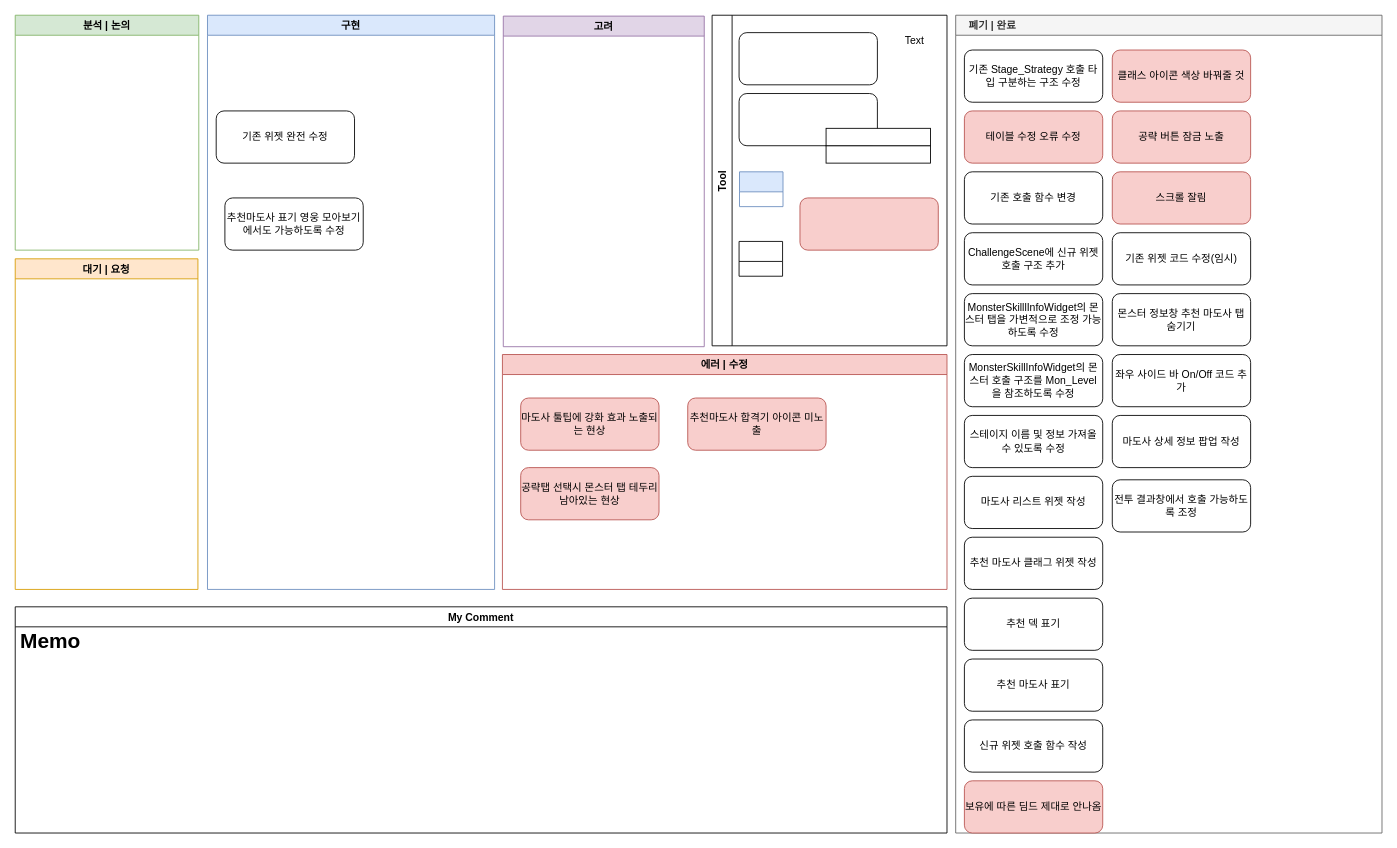
Above: 던전 추천 마도사 진행상황.drawio in Endorr/Job-Board (draw.io), before the change. Source tidied: cells renumbered, new cells numbered last; positions are measured from the earlier drawing's top-left corner, leaving out a move shared by most shapes. Both pictures are drawn from the tidied source at 87%, with x=0, y=0 at pixel (15, 15).
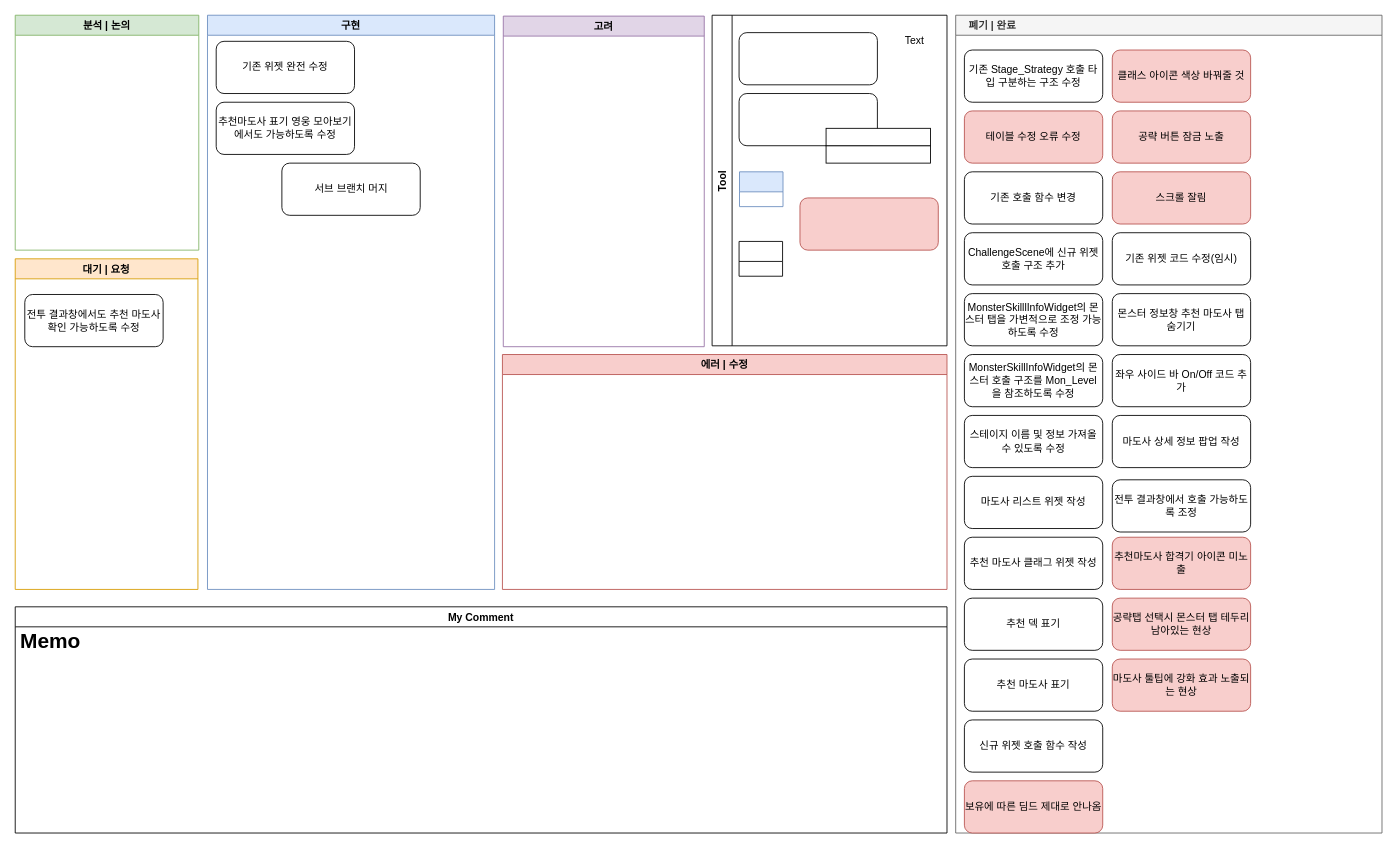
Above is the later version.

Commit message:
던전 추천 마도사 진행상황.drawio 업데이트

The change refers to these unchanged cells:
```xml
<mxCell id="2" value="구현" style="swimlane;fillColor=#dae8fc;strokeColor=#6c8ebf;" parent="1" vertex="1">
  <mxGeometry x="221" width="330" height="660" as="geometry" />
</mxCell>
<mxCell id="3" value="에러 | 수정" style="swimlane;fillColor=#f8cecc;strokeColor=#b85450;startSize=23;" parent="2" vertex="1">
  <mxGeometry x="339" y="390" width="511" height="270" as="geometry" />
</mxCell>
<mxCell id="11" value="대기 | 요청" style="swimlane;strokeColor=#d79b00;fillColor=#ffe6cc;" parent="1" vertex="1">
  <mxGeometry y="280" width="210" height="380" as="geometry" />
</mxCell>
<mxCell id="12" value="    폐기 | 완료" style="swimlane;strokeColor=#666666;fillColor=#f5f5f5;fontColor=#333333;align=left;" parent="1" vertex="1">
  <mxGeometry x="1081" width="490" height="940" as="geometry" />
</mxCell>
```

Diff of the diagram source:
```diff
@@
-    <mxCell id="4" value="마도사 툴팁에 강화 효과 노출되는 현상" style="rounded=1;whiteSpace=wrap;html=1;fillColor=#f8cecc;strokeColor=#b85450;" parent="3" vertex="1">
-      <mxGeometry x="21" y="50" width="159" height="60" as="geometry" />
-    </mxCell>
-    <mxCell id="5" value="추천마도사 합격기 아이콘 미노출" style="rounded=1;whiteSpace=wrap;html=1;fillColor=#f8cecc;strokeColor=#b85450;" parent="3" vertex="1">
-      <mxGeometry x="213" y="50" width="159" height="60" as="geometry" />
-    </mxCell>
-    <mxCell id="6" value="공략탭 선택시 몬스터 탭 테두리 남아있는 현상" style="rounded=1;whiteSpace=wrap;html=1;fillColor=#f8cecc;strokeColor=#b85450;" parent="3" vertex="1">
-      <mxGeometry x="21" y="130" width="159" height="60" as="geometry" />
-    </mxCell>
@@
     <mxCell id="8" value="기존 위젯 완전 수정" style="rounded=1;whiteSpace=wrap;html=1;" parent="2" vertex="1">
-      <mxGeometry x="10" y="110" width="159" height="60" as="geometry" />
+      <mxGeometry x="10" y="30" width="159" height="60" as="geometry" />
     </mxCell>
     <mxCell id="9" value="추천마도사 표기 영웅 모아보기에서도 가능하도록 수정" style="rounded=1;whiteSpace=wrap;html=1;" parent="2" vertex="1">
-      <mxGeometry x="20" y="210" width="159" height="60" as="geometry" />
+      <mxGeometry x="10" y="100" width="159" height="60" as="geometry" />
     </mxCell>
+    <mxCell id="46" value="서브 브랜치 머지" style="rounded=1;whiteSpace=wrap;html=1;" parent="2" vertex="1">
+      <mxGeometry x="85.5" y="170" width="159" height="60" as="geometry" />
+    </mxCell>
@@
+    <mxCell id="47" value="전투 결과창에서도 추천 마도사 확인 가능하도록 수정" style="rounded=1;whiteSpace=wrap;html=1;" parent="11" vertex="1">
+      <mxGeometry x="11" y="41" width="159" height="60" as="geometry" />
+    </mxCell>
@@
+    <mxCell id="5" value="추천마도사 합격기 아이콘 미노출" style="rounded=1;whiteSpace=wrap;html=1;fillColor=#f8cecc;strokeColor=#b85450;" parent="12" vertex="1">
+      <mxGeometry x="180" y="600" width="159" height="60" as="geometry" />
+    </mxCell>
+    <mxCell id="6" value="공략탭 선택시 몬스터 탭 테두리 남아있는 현상" style="rounded=1;whiteSpace=wrap;html=1;fillColor=#f8cecc;strokeColor=#b85450;" parent="12" vertex="1">
+      <mxGeometry x="180" y="670" width="159" height="60" as="geometry" />
+    </mxCell>
+    <mxCell id="4" value="마도사 툴팁에 강화 효과 노출되는 현상" style="rounded=1;whiteSpace=wrap;html=1;fillColor=#f8cecc;strokeColor=#b85450;" parent="12" vertex="1">
+      <mxGeometry x="180" y="740" width="159" height="60" as="geometry" />
+    </mxCell>
```
